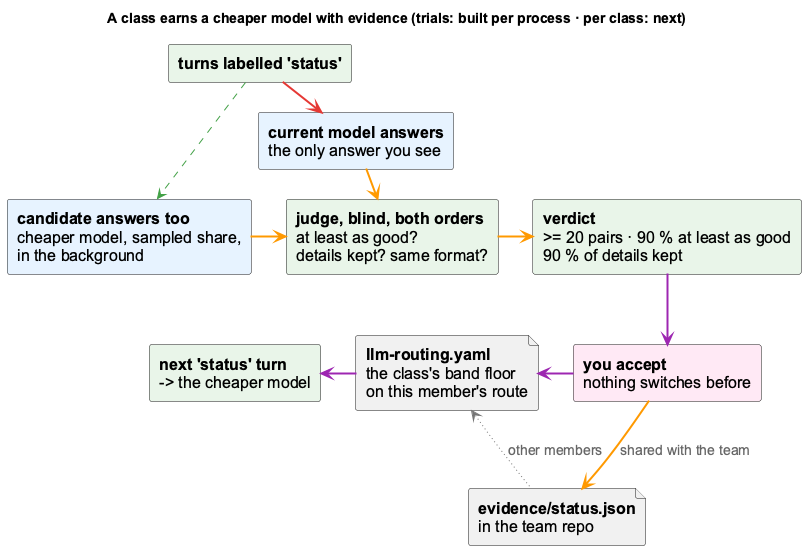
The PlantUML diagram docs-content/images/job-class-trial-routing.png in fwornle/coding, before a commit. Source of this version:
```plantuml
@startuml job-class-trial-routing
!include _standard-style.puml
skinparam defaultFontSize 16
skinparam componentFontSize 16
skinparam arrowFontSize 14
skinparam shadowing false
skinparam componentStyle rectangle
hide stereotype
title A class earns a cheaper model with evidence (trials: built per process · per class: next)

component "**turns labelled 'status'**" as turns <<core>>
component "**current model answers**\nthe only answer you see" as inc <<agent>>
component "**candidate answers too**\ncheaper model, sampled share,\nin the background" as cand <<agent>>
component "**judge, blind, both orders**\nat least as good?\ndetails kept? same format?" as judge <<core>>
component "**verdict**\n>= 20 pairs · 90 % at least as good\n90 % of details kept" as verdict <<core>>
component "**you accept**\nnothing switches before" as accept <<cli>>
file "**evidence/status.json**\nin the team repo" as ev <<storage>>
file "**llm-routing.yaml**\nthe class's band floor\non this member's route" as cfg <<storage>>
component "**next 'status' turn**\n-> the cheaper model" as next <<core>>

turns -[#E53935,thickness=2]right-> inc
turns -[#43A047,thickness=2,dashed]down-> cand
inc -[#FF9800,thickness=2]right-> judge
cand -[#FF9800,thickness=2]right-> judge
judge -[#FF9800,thickness=2]right-> verdict
verdict -[#9C27B0,thickness=2]down-> accept
accept -[#9C27B0,thickness=2]left-> cfg
accept -[#FF9800,thickness=2]down-> ev : shared with the team
ev -[#757575,thickness=1,dotted]left-> cfg : other members
cfg -[#9C27B0,thickness=2]left-> next
@enduml
```
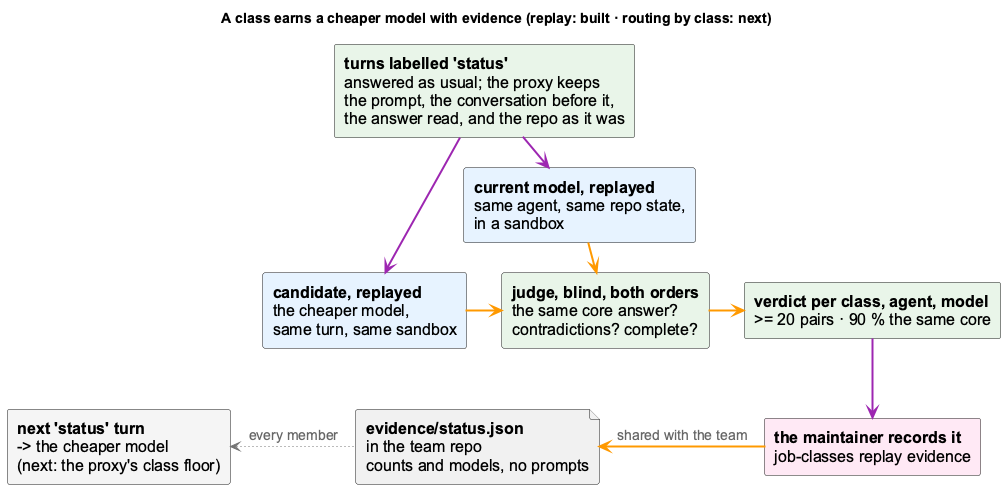
The same diagram one commit later.

Commit message:
docs(job-classes): replay per class is built; a one-glance slide

What changed in the source:
```diff
@@ -6,26 +6,23 @@
 skinparam shadowing false
 skinparam componentStyle rectangle
 hide stereotype
-title A class earns a cheaper model with evidence (trials: built per process · per class: next)
+title A class earns a cheaper model with evidence (replay: built · routing by class: next)
 
-component "**turns labelled 'status'**" as turns <<core>>
-component "**current model answers**\nthe only answer you see" as inc <<agent>>
-component "**candidate answers too**\ncheaper model, sampled share,\nin the background" as cand <<agent>>
-component "**judge, blind, both orders**\nat least as good?\ndetails kept? same format?" as judge <<core>>
-component "**verdict**\n>= 20 pairs · 90 % at least as good\n90 % of details kept" as verdict <<core>>
-component "**you accept**\nnothing switches before" as accept <<cli>>
-file "**evidence/status.json**\nin the team repo" as ev <<storage>>
-file "**llm-routing.yaml**\nthe class's band floor\non this member's route" as cfg <<storage>>
-component "**next 'status' turn**\n-> the cheaper model" as next <<core>>
+component "**turns labelled 'status'**\nanswered as usual; the proxy keeps\nthe prompt, the conversation before it,\nthe answer read, and the repo as it was" as turns <<core>>
+component "**current model, replayed**\nsame agent, same repo state,\nin a sandbox" as inc <<agent>>
+component "**candidate, replayed**\nthe cheaper model,\nsame turn, same sandbox" as cand <<agent>>
+component "**judge, blind, both orders**\nthe same core answer?\ncontradictions? complete?" as judge <<core>>
+component "**verdict per class, agent, model**\n>= 20 pairs · 90 % the same core" as verdict <<core>>
+component "**the maintainer records it**\njob-classes replay evidence" as accept <<cli>>
+file "**evidence/status.json**\nin the team repo\ncounts and models, no prompts" as ev <<storage>>
+component "**next 'status' turn**\n-> the cheaper model\n(next: the proxy's class floor)" as next <<external>>
 
-turns -[#E53935,thickness=2]right-> inc
-turns -[#43A047,thickness=2,dashed]down-> cand
+turns -[#9C27B0,thickness=2]right-> inc
+turns -[#9C27B0,thickness=2]down-> cand
 inc -[#FF9800,thickness=2]right-> judge
 cand -[#FF9800,thickness=2]right-> judge
 judge -[#FF9800,thickness=2]right-> verdict
 verdict -[#9C27B0,thickness=2]down-> accept
-accept -[#9C27B0,thickness=2]left-> cfg
-accept -[#FF9800,thickness=2]down-> ev : shared with the team
-ev -[#757575,thickness=1,dotted]left-> cfg : other members
-cfg -[#9C27B0,thickness=2]left-> next
+accept -[#FF9800,thickness=2]left-> ev : shared with the team
+ev -[#757575,thickness=1,dotted]left-> next : every member
 @enduml
```
